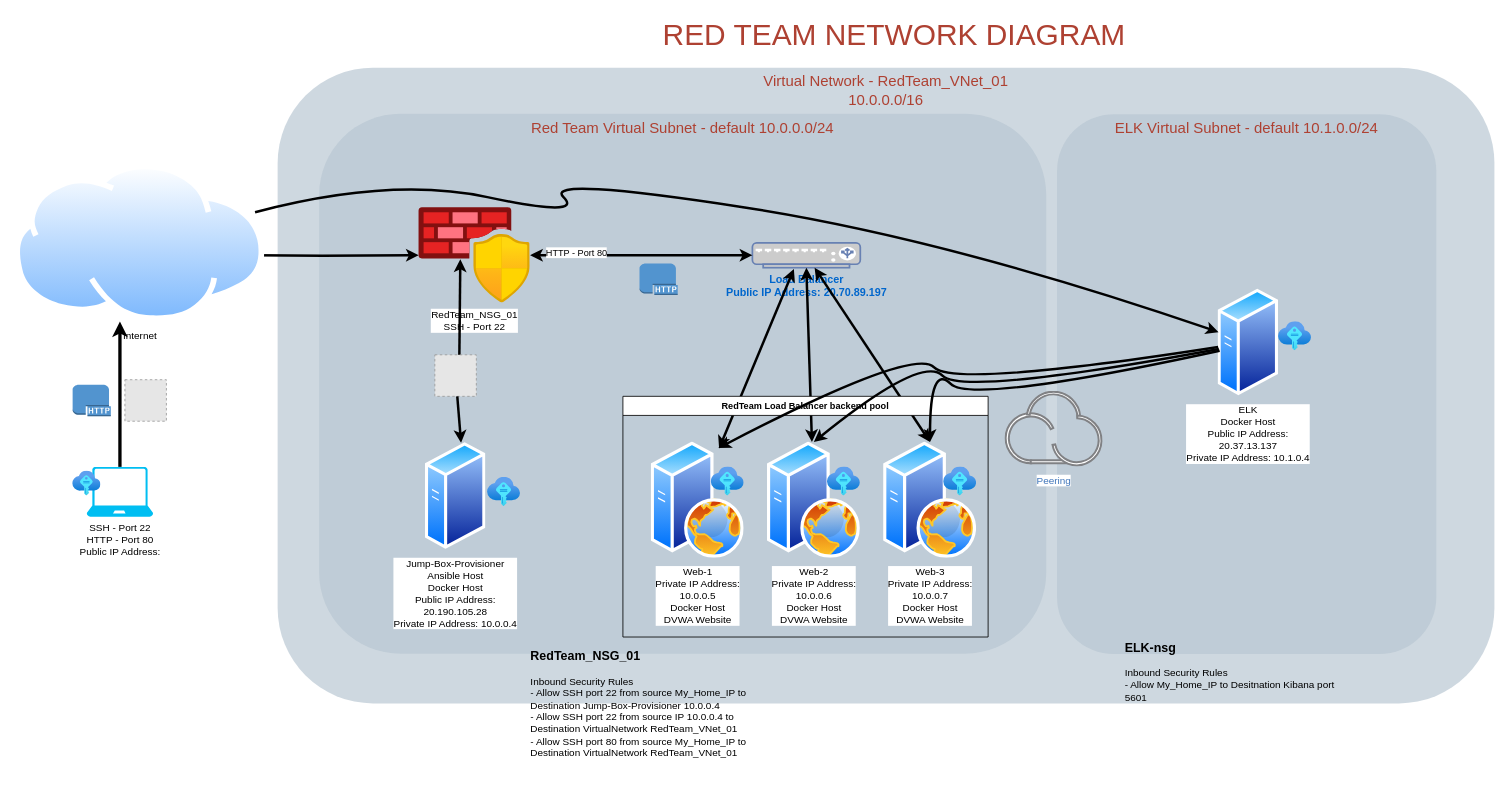
Above: page "Page-1" (1 of 2) of Diagrams/RedTeam_NetworkDiagram.drawio in whereitrackmyfiles/cyberxsecurity-ELK_Project (draw.io), before the change. Source tidied: cells renumbered, new cells numbered last; positions are measured from the earlier drawing's top-left corner, leaving out a move shared by most shapes. Both pictures are drawn from the tidied source at 83%, with x=0, y=0 at pixel (14, 14). Pictures stored in the file or linked from it are replaced by grey dashed boxes.
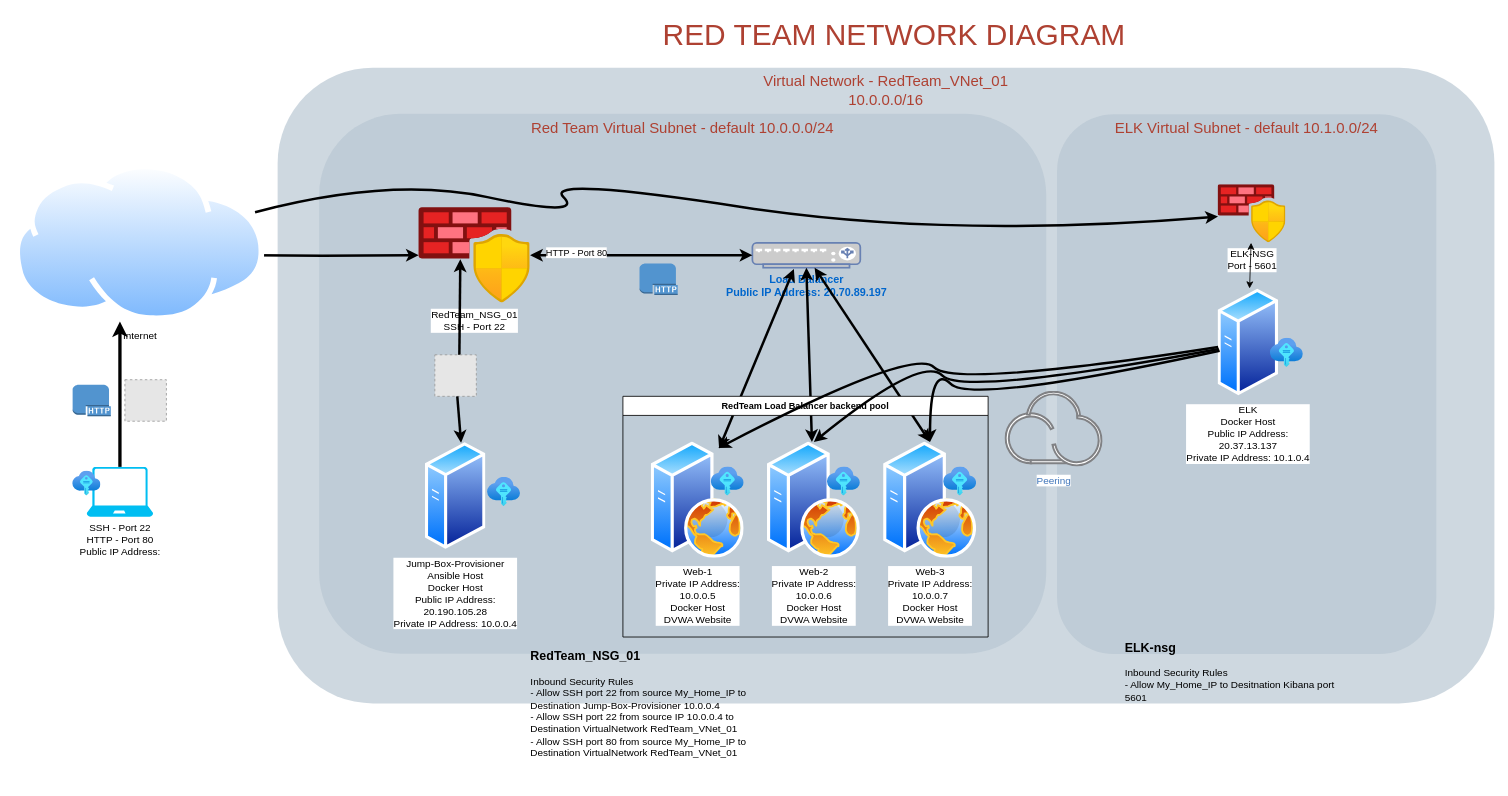
Above is the later version.

Unchanged cells that the change refers to:
```xml
<mxCell id="8" value="&lt;div&gt;Internet&lt;/div&gt;&lt;div&gt;&lt;br&gt;&lt;/div&gt;" style="perimeter=ellipsePerimeter;html=1;align=center;shadow=0;dashed=0;spacingTop=3;image;image=img/lib/active_directory/internet_cloud.svg;" parent="1" vertex="1">
  <mxGeometry y="180" width="301.6" height="190" as="geometry" />
</mxCell>
<mxCell id="30" value="&lt;div&gt;ELK&lt;/div&gt;&lt;div&gt;Docker Host&lt;/div&gt;&lt;div&gt;Public IP Address: &lt;br&gt;&lt;div class=&quot;fxc-gc-cell fxc-gc-columncell_4_7&quot; id=&quot;fxc-gc-cell-content_4_7&quot;&gt;&lt;div class=&quot;fxc-gc-text&quot;&gt;20.37.13.137&lt;/div&gt;&lt;/div&gt;&lt;/div&gt;&lt;div&gt;Private IP Address: 10.1.0.4&lt;br&gt;&lt;/div&gt;" style="perimeter=ellipsePerimeter;html=1;align=center;shadow=0;dashed=0;spacingTop=3;image;image=img/lib/active_directory/generic_server.svg;" parent="1" vertex="1">
  <mxGeometry x="1450" y="330" width="72.8" height="130" as="geometry" />
</mxCell>
```

What changed in the source:
```diff
@@
-    <mxCell id="40" style="curved=1;endArrow=classic;html=1;rounded=0;strokeWidth=3;" parent="1" edge="1" source="8" target="30">
+    <mxCell id="40" style="curved=1;endArrow=classic;html=1;rounded=0;strokeWidth=3;" parent="1" edge="1" source="8" target="43">
       <mxGeometry relative="1" as="geometry">
         <Array as="points">
           <mxPoint x="453" y="195" />
           <mxPoint x="686.4" y="245" />
           <mxPoint x="636.4" y="195" />
           <mxPoint x="1123" y="270" />
         </Array>
       </mxGeometry>
     </mxCell>
@@
     <mxCell id="42" style="html=1;align=center;image;fontSize=12;image=img/lib/azure2/other/SSH_Keys.svg;" parent="1" vertex="1">
-      <mxGeometry x="1522.8" y="370" width="39.7" height="35" as="geometry" />
+      <mxGeometry x="1513" y="390" width="39.7" height="35" as="geometry" />
     </mxCell>
+    <mxCell id="43" value="&lt;div&gt;ELK-NSG&lt;/div&gt;&lt;div&gt;Port - 5601&lt;/div&gt;" style="html=1;points=[];align=center;image;fontSize=12;image=img/lib/azure2/networking/Azure_Firewall_Manager.svg;" parent="1" vertex="1">
+      <mxGeometry x="1450" y="205" width="81.7" height="70" as="geometry" />
+    </mxCell>
+    <mxCell id="44" style="endArrow=classic;startArrow=classic;html=1;rounded=0;" parent="1" edge="1" source="30" target="43">
+      <mxGeometry relative="1" as="geometry" />
+    </mxCell>
```
